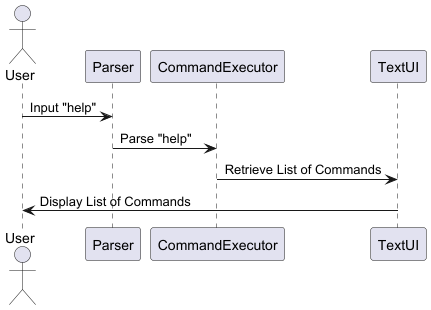
Above: docs/diagrams/Help_Sequence.png in EdwinTun98/tp (PlantUML), before the change.
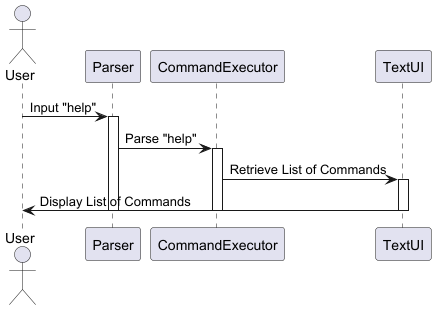
After the change.

Commit message:
Added activation bars to `help` and `exit` sequence diagrams

The edit, as a diff of the source:
```diff
@@ -1,7 +1,17 @@
 @startuml
 actor User
 User -> Parser : Input "help"
+activate Parser
+
 Parser -> CommandExecutor : Parse "help"
+activate CommandExecutor
+
 CommandExecutor -> TextUI : Retrieve List of Commands
+activate TextUI
+
 TextUI -> User : Display List of Commands
+deactivate TextUI
+
+deactivate CommandExecutor
+deactivate Parser
 @enduml
```
